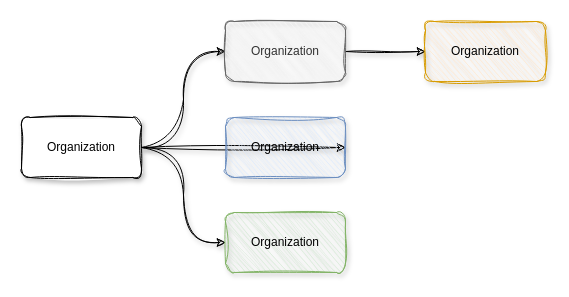
The draw.io diagram files/202512101707.drawio in zhoumingjia/drawio, before the edit. Source tidied: cells renumbered, new cells numbered last; positions are measured from the earlier drawing's top-left corner, leaving out a move shared by most shapes. Both pictures are drawn from the tidied source at 100%, with x=0, y=0 at pixel (21, 21).
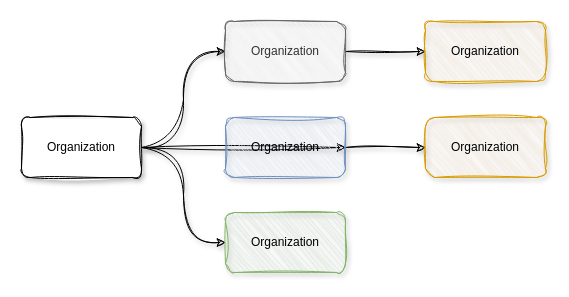
The same page after the edit.

Change to the diagram source:
```diff
@@
 <mxGraphModel>
   <root>
     <mxCell id="0" />
     <mxCell id="1" parent="0" />
     <mxCell id="2" style="edgeStyle=elbowEdgeStyle;rounded=0;jettySize=auto;html=1;elbow=horizontal;startArrow=none;endArrow=classic;curved=1;endFill=1;sketch=1;curveFitting=1;jiggle=2;shadow=1;" parent="1" edge="1" source="5" target="7">
       <mxGeometry relative="1" as="geometry" />
     </mxCell>
     <mxCell id="3" style="edgeStyle=elbowEdgeStyle;rounded=0;jettySize=auto;html=1;elbow=horizontal;startArrow=none;endArrow=classic;curved=1;endFill=1;sketch=1;curveFitting=1;jiggle=2;shadow=1;" parent="1" edge="1" source="5" target="8">
       <mxGeometry relative="1" as="geometry" />
     </mxCell>
     <mxCell id="4" style="edgeStyle=elbowEdgeStyle;rounded=0;jettySize=auto;html=1;startArrow=none;endArrow=classic;curved=1;endFill=1;sketch=1;curveFitting=1;jiggle=2;shadow=1;entryX=0;entryY=0.5;entryDx=0;entryDy=0;" parent="1" edge="1" source="5" target="10">
       <mxGeometry relative="1" as="geometry" />
     </mxCell>
     <mxCell id="5" value="Organization" style="whiteSpace=wrap;html=1;align=center;newEdgeStyle={&quot;edgeStyle&quot;:&quot;elbowEdgeStyle&quot;,&quot;startArrow&quot;:&quot;none&quot;,&quot;endArrow&quot;:&quot;none&quot;};rounded=1;shadow=1;glass=0;sketch=1;curveFitting=1;jiggle=2;flipV=0;flipH=1;direction=west;" parent="1" vertex="1">
       <mxGeometry y="96" width="120" height="60" as="geometry" />
     </mxCell>
     <mxCell id="6" style="edgeStyle=elbowEdgeStyle;rounded=0;jettySize=auto;html=1;elbow=horizontal;startArrow=none;endArrow=classic;curved=1;endFill=1;sketch=1;curveFitting=1;jiggle=2;shadow=1;" parent="1" edge="1" source="7" target="9">
       <mxGeometry relative="1" as="geometry" />
     </mxCell>
     <mxCell id="7" value="Organization" style="whiteSpace=wrap;html=1;align=center;newEdgeStyle={&quot;edgeStyle&quot;:&quot;elbowEdgeStyle&quot;,&quot;startArrow&quot;:&quot;none&quot;,&quot;endArrow&quot;:&quot;none&quot;};rounded=1;shadow=1;glass=0;sketch=1;curveFitting=1;jiggle=2;fillColor=#f5f5f5;fontColor=#333333;strokeColor=#666666;flipV=0;flipH=1;direction=west;" parent="1" vertex="1">
       <mxGeometry x="204" width="120" height="60" as="geometry" />
     </mxCell>
     <mxCell id="8" value="Organization" style="whiteSpace=wrap;html=1;align=center;newEdgeStyle={&quot;edgeStyle&quot;:&quot;elbowEdgeStyle&quot;,&quot;startArrow&quot;:&quot;none&quot;,&quot;endArrow&quot;:&quot;none&quot;};rounded=1;shadow=1;glass=0;sketch=1;curveFitting=1;jiggle=2;fillColor=#d5e8d4;strokeColor=#82b366;flipV=0;flipH=1;direction=west;" parent="1" vertex="1">
       <mxGeometry x="204" y="191" width="120" height="60" as="geometry" />
     </mxCell>
     <mxCell id="9" value="Organization" style="whiteSpace=wrap;html=1;align=center;newEdgeStyle={&quot;edgeStyle&quot;:&quot;elbowEdgeStyle&quot;,&quot;startArrow&quot;:&quot;none&quot;,&quot;endArrow&quot;:&quot;none&quot;};rounded=1;shadow=1;glass=0;sketch=1;curveFitting=1;jiggle=2;fillColor=#ffe6cc;strokeColor=#d79b00;flipV=0;flipH=1;direction=west;" parent="1" vertex="1">
       <mxGeometry x="404" width="120" height="60" as="geometry" />
     </mxCell>
+    <mxCell id="11" style="edgeStyle=elbowEdgeStyle;rounded=0;jettySize=auto;html=1;startArrow=none;endArrow=classic;shadow=1;sketch=1;jiggle=2;curveFitting=1;strokeColor=default;align=center;verticalAlign=middle;fontFamily=Helvetica;fontSize=11;fontColor=default;labelBackgroundColor=default;elbow=horizontal;endFill=1;curved=1;flowAnimation=0;" parent="1" edge="1" source="10" target="12">
+      <mxGeometry relative="1" as="geometry" />
+    </mxCell>
     <mxCell id="10" value="Organization" style="whiteSpace=wrap;html=1;align=center;newEdgeStyle={&quot;edgeStyle&quot;:&quot;elbowEdgeStyle&quot;,&quot;startArrow&quot;:&quot;none&quot;,&quot;endArrow&quot;:&quot;none&quot;};rounded=1;shadow=1;glass=0;sketch=1;curveFitting=1;jiggle=2;fillColor=#dae8fc;strokeColor=#6c8ebf;flipV=0;flipH=1;direction=west;" parent="1" vertex="1">
       <mxGeometry x="204" y="96" width="120" height="60" as="geometry" />
     </mxCell>
+    <mxCell id="12" value="Organization" style="whiteSpace=wrap;html=1;align=center;newEdgeStyle={&quot;edgeStyle&quot;:&quot;elbowEdgeStyle&quot;,&quot;startArrow&quot;:&quot;none&quot;,&quot;endArrow&quot;:&quot;none&quot;};rounded=1;shadow=1;glass=0;sketch=1;curveFitting=1;jiggle=2;fillColor=#ffe6cc;strokeColor=#d79b00;flipV=0;flipH=1;direction=west;" parent="1" vertex="1">
+      <mxGeometry x="404" y="96" width="120" height="60" as="geometry" />
+    </mxCell>
   </root>
 </mxGraphModel>
```
